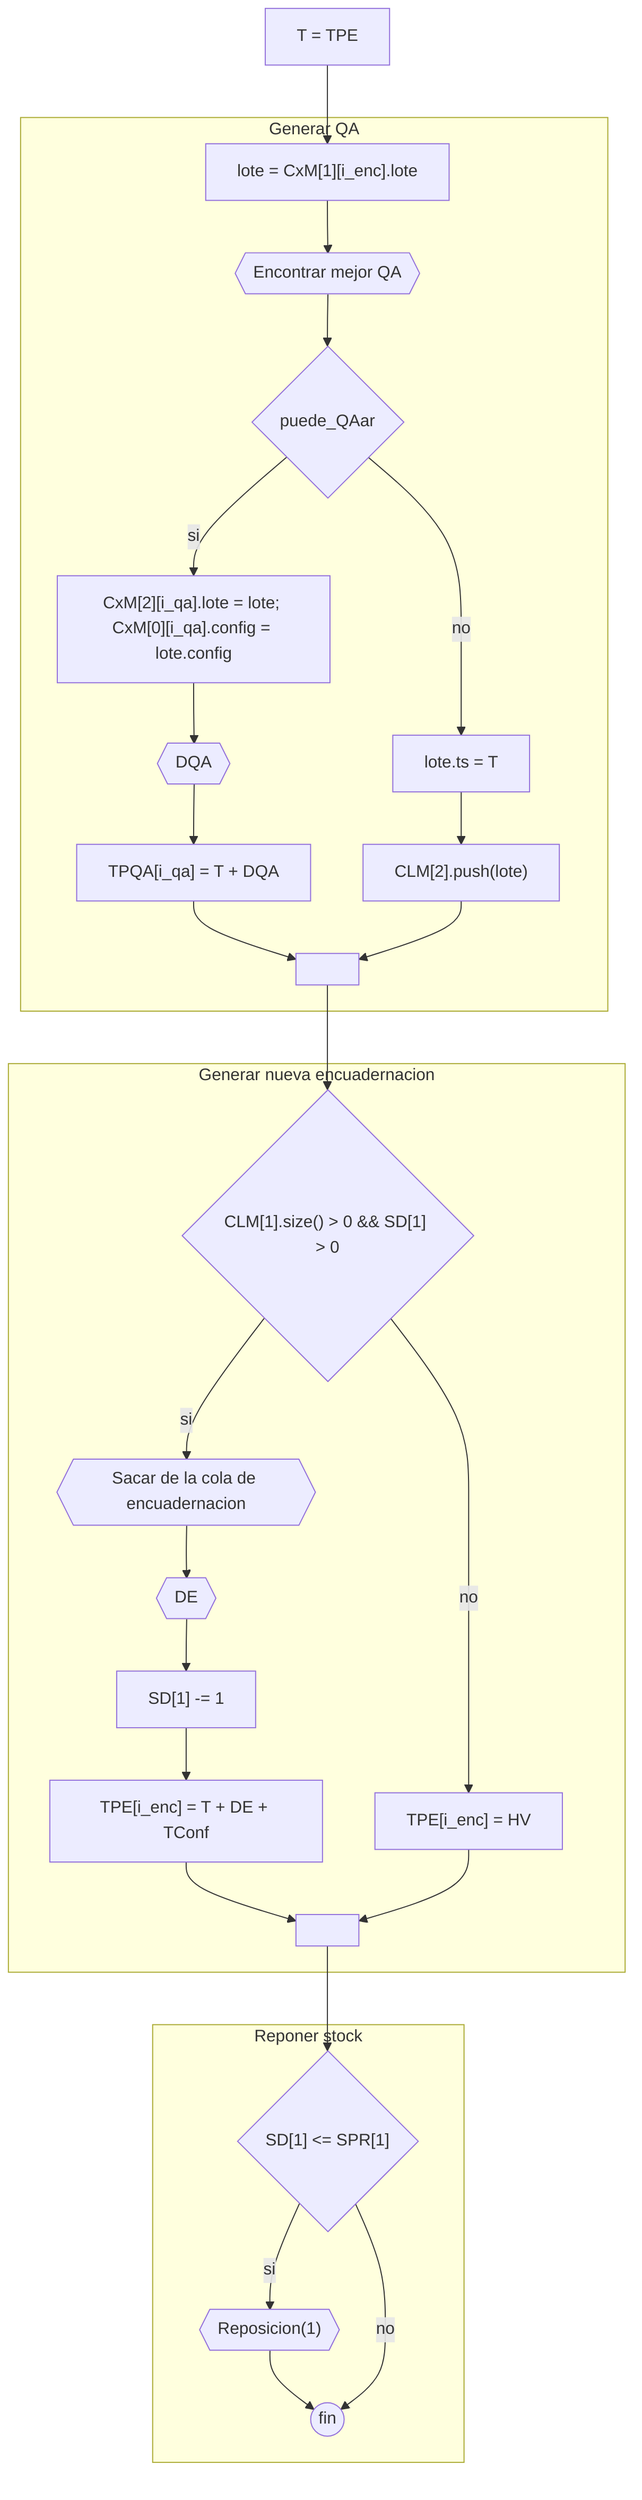
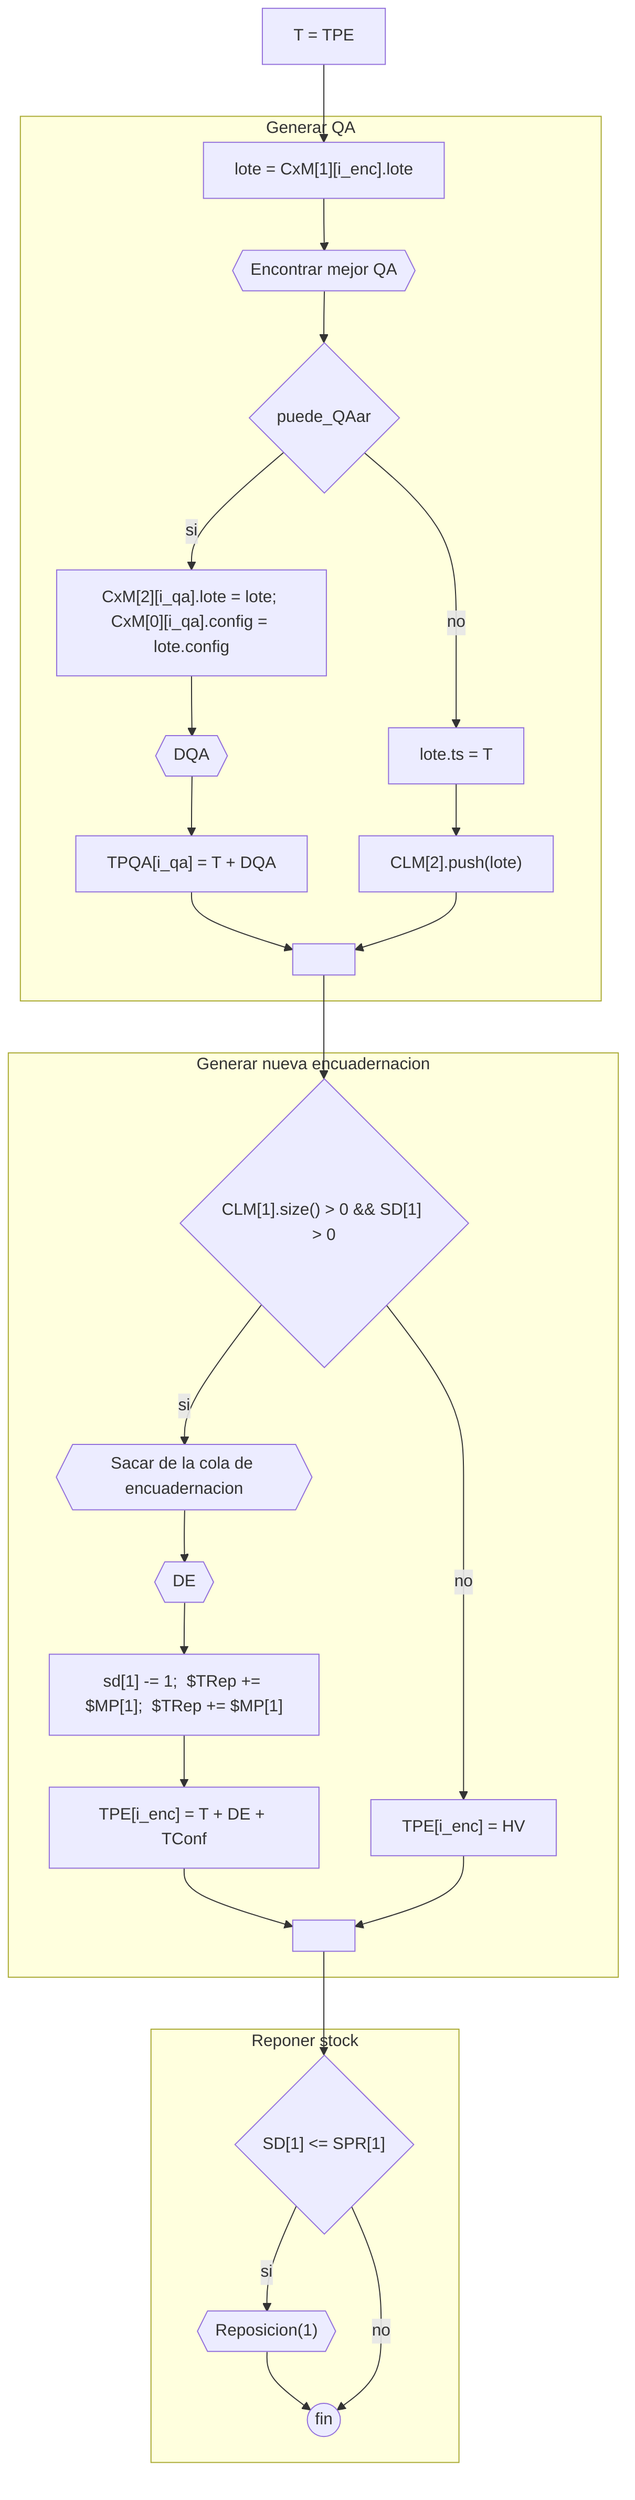
flowchart TD
    direction TD

    a[T = TPE] --> lote["lote = CxM[1][i_enc].lote"]

    subgraph Generar QA
    lote --> g{{Encontrar mejor QA}} --> if2{puede_QAar}
    if2 --> |si| aaa0["CxM[2][i_qa].lote = lote; CxM[0][i_qa].config = lote.config"] --> aaa{{DQA}} --> h["TPQA[i_qa] = T + DQA"] --> ll[" "]
    if2 --> |no| z9["lote.ts = T"] --> aa["CLM[2].push(lote)"] --> ll
    end

    subgraph Generar nueva encuadernacion
    ll --> if{"CLM[1].size() > 0 && SD[1] > 0"}
-     if --> |si| e{{"Sacar de la cola de encuadernacion"}} --> s{{DE}} --> s1["SD[1] -= 1"] --> b["TPE[i_enc] = T + DE + TConf"] --> l[" "]
+     if --> |si| e{{"Sacar de la cola de encuadernacion"}} --> s{{DE}} --> s1["sd[1] -= 1;  $TRep += $MP[1];  $TRep += $MP[1]"] --> b["TPE[i_enc] = T + DE + TConf"] --> l[" "]
    if --> |no| zz["TPE[i_enc] = HV"] --> l
    end

    subgraph Reponer stock
    l --> if3{"SD[1] <= SPR[1]"}
    if3 --> |si| r{{"Reposicion(1)"}} --> fin((fin))
    if3 --> |no| fin
    end
